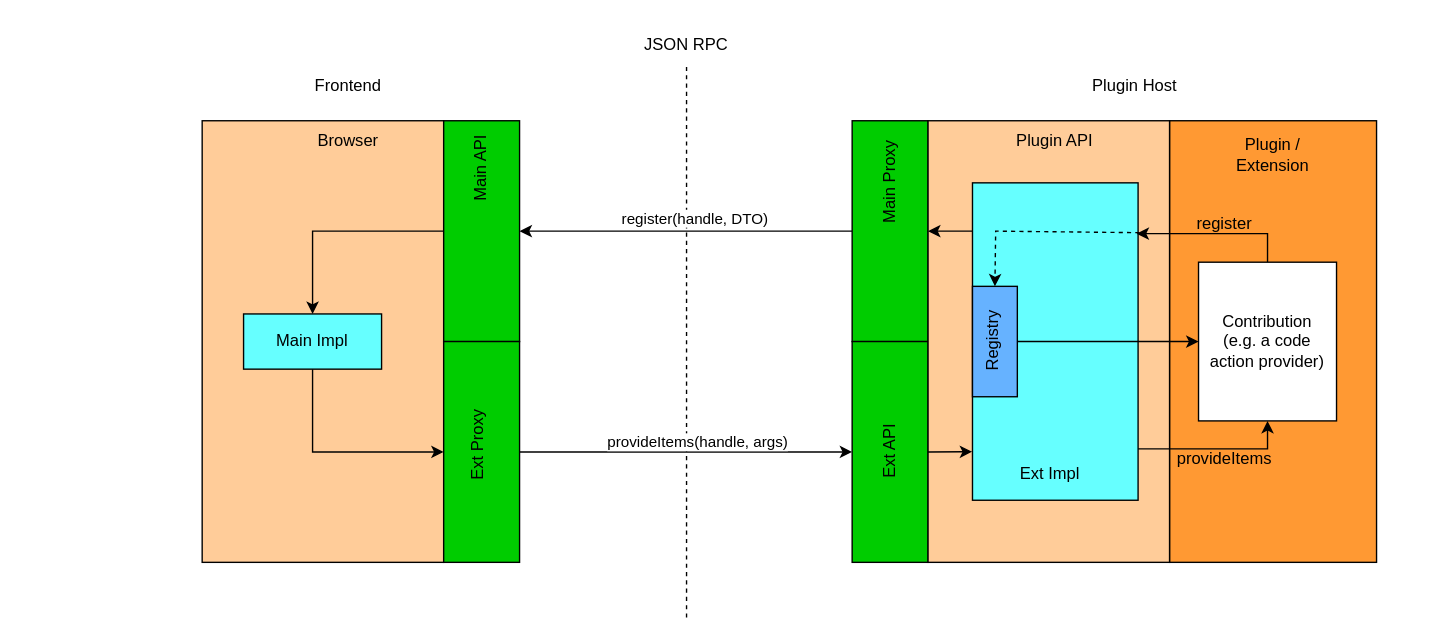
eclipse-theia/theia keeps this draw.io diagram as doc/images/plugin-api-diagram.drawio.xml. Above is the earlier version. Source tidied: cells renumbered, new cells numbered last; positions are measured from the earlier drawing's top-left corner, leaving out a move shared by most shapes. Both pictures are drawn from the tidied source at 138%, with x=0, y=0 at pixel (201, 23).
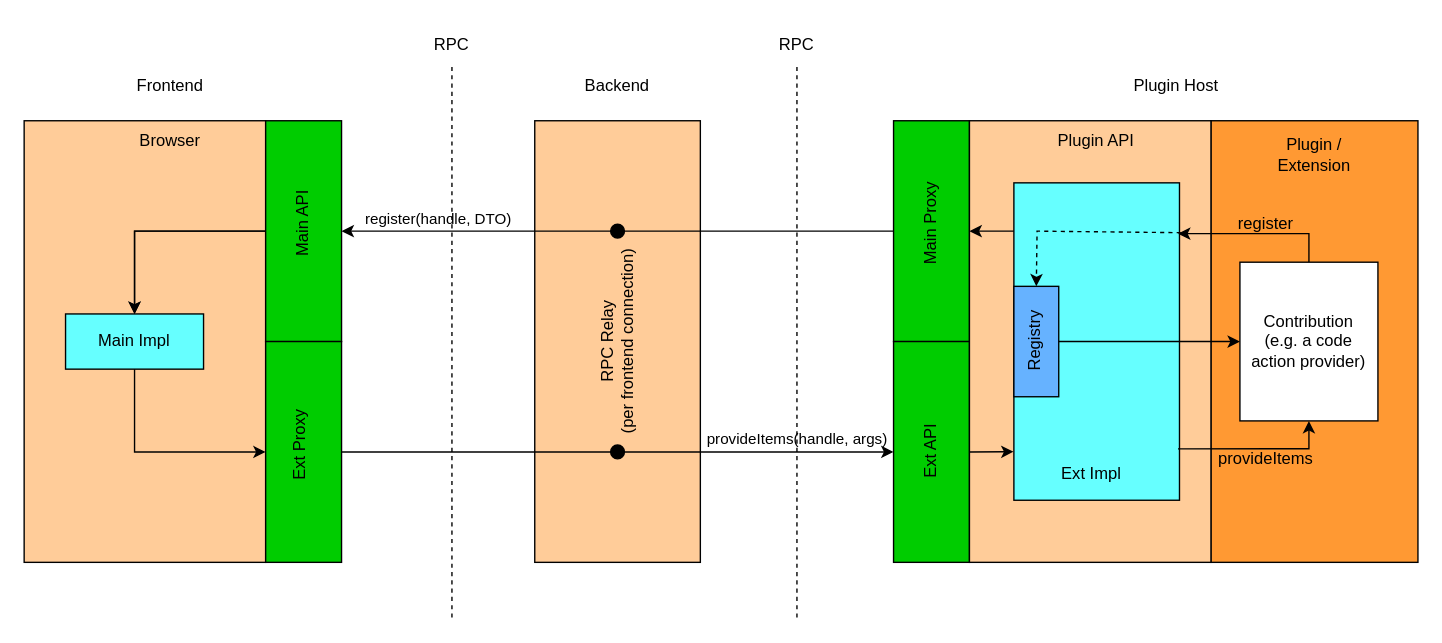
The same page after the edit.

What changed in the source:
```diff
@@
+    <mxCell id="41" style="group;" parent="1" vertex="1">
+      <mxGeometry x="241" y="30" width="120" height="360" as="geometry" />
+    </mxCell>
+    <mxCell id="42" value="RPC Relay&lt;br&gt;(per frontend connection)" style="rounded=0;whiteSpace=wrap;html=1;fillColor=#ffcc99;strokeColor=#000000;direction=west;horizontal=0;" parent="41" vertex="1">
+      <mxGeometry y="40" width="120" height="320" as="geometry" />
+    </mxCell>
+    <mxCell id="43" value="Backend" style="text;html=1;strokeColor=none;fillColor=none;align=center;verticalAlign=middle;whiteSpace=wrap;rounded=0;" parent="41" vertex="1">
+      <mxGeometry x="5" width="110" height="30" as="geometry" />
+    </mxCell>
+    <mxCell id="44" style="ellipse;whiteSpace=wrap;html=1;labelBackgroundColor=none;strokeColor=#000000;fillColor=#000000;" parent="41" vertex="1">
+      <mxGeometry x="55" y="115" width="10" height="10" as="geometry" />
+    </mxCell>
+    <mxCell id="45" style="ellipse;whiteSpace=wrap;html=1;labelBackgroundColor=none;strokeColor=#000000;fillColor=#000000;" parent="41" vertex="1">
+      <mxGeometry x="55" y="275" width="10" height="10" as="geometry" />
+    </mxCell>
+    <mxCell id="19" style="endArrow=classic;html=1;rounded=0;entryX=1;entryY=0.5;entryDx=0;entryDy=0;exitX=0;exitY=0.5;exitDx=0;exitDy=0;" parent="1" edge="1" source="44" target="24">
+      <mxGeometry relative="1" as="geometry" />
+    </mxCell>
+    <mxCell id="20" value="register(handle, DTO)" style="edgeLabel;html=1;align=center;verticalAlign=middle;labelBackgroundColor=none;" parent="19" vertex="1">
+      <mxGeometry x="0.25" y="-4" relative="1" as="geometry">
+        <mxPoint x="-4" y="-6" as="offset" />
+      </mxGeometry>
+    </mxCell>
+    <mxCell id="46" style="group;" parent="1" vertex="1">
+      <mxGeometry x="391" width="80" height="430" as="geometry" />
+    </mxCell>
+    <mxCell id="8" style="endArrow=none;dashed=1;html=1;rounded=0;" parent="46" edge="1">
+      <mxGeometry relative="1" as="geometry">
+        <mxPoint x="40" y="430" as="sourcePoint" />
+        <mxPoint x="40" y="30" as="targetPoint" />
+      </mxGeometry>
+    </mxCell>
+    <mxCell id="9" value="RPC" style="text;html=1;strokeColor=none;fillColor=none;align=center;verticalAlign=middle;whiteSpace=wrap;rounded=0;" parent="46" vertex="1">
+      <mxGeometry width="80" height="30" as="geometry" />
+    </mxCell>
+    <mxCell id="47" style="group;" parent="1" vertex="1">
+      <mxGeometry x="-129" y="30" width="230" height="360" as="geometry" />
+    </mxCell>
+    <mxCell id="3" style="rounded=0;whiteSpace=wrap;html=1;fillColor=#FFCC99;" parent="47" vertex="1">
+      <mxGeometry y="40" width="175" height="320" as="geometry" />
+    </mxCell>
+    <mxCell id="17" value="Frontend" style="text;html=1;strokeColor=none;fillColor=none;align=center;verticalAlign=middle;whiteSpace=wrap;rounded=0;" parent="47" vertex="1">
+      <mxGeometry x="51" width="110" height="30" as="geometry" />
+    </mxCell>
+    <mxCell id="24" style="rounded=0;whiteSpace=wrap;html=1;fillColor=#00CC00;" parent="47" vertex="1">
+      <mxGeometry x="175" y="40" width="55" height="160" as="geometry" />
+    </mxCell>
+    <mxCell id="25" value="Main API" style="text;html=1;strokeColor=none;fillColor=none;align=center;verticalAlign=middle;whiteSpace=wrap;rounded=0;rotation=-90;" parent="47" vertex="1">
+      <mxGeometry x="172.5" y="100" width="60" height="30" as="geometry" />
+    </mxCell>
+    <mxCell id="27" value="Main Impl" style="rounded=0;whiteSpace=wrap;html=1;fillColor=#66FFFF;" parent="47" vertex="1">
+      <mxGeometry x="30" y="180" width="100" height="40" as="geometry" />
+    </mxCell>
-    <mxCell id="2" style="edgeStyle=orthogonalEdgeStyle;rounded=0;jettySize=auto;html=1;exitX=1;exitY=0.25;exitDx=0;exitDy=0;entryX=0.5;entryY=0;entryDx=0;entryDy=0;" parent="1" edge="1" source="3" target="27">
+    <mxCell id="2" style="edgeStyle=orthogonalEdgeStyle;rounded=0;jettySize=auto;html=1;exitX=1;exitY=0.25;exitDx=0;exitDy=0;entryX=0.5;entryY=0;entryDx=0;entryDy=0;" parent="47" edge="1" source="3" target="27">
       <mxGeometry relative="1" as="geometry">
         <Array as="points">
-          <mxPoint x="80" y="150" />
+          <mxPoint x="80" y="120" />
         </Array>
       </mxGeometry>
     </mxCell>
-    <mxCell id="3" style="rounded=0;whiteSpace=wrap;html=1;fillColor=#FFCC99;" parent="1" vertex="1">
-      <mxGeometry y="70" width="175" height="320" as="geometry" />
-    </mxCell>
+    <mxCell id="23" style="edgeStyle=orthogonalEdgeStyle;rounded=0;jettySize=auto;html=1;exitX=0;exitY=0.5;exitDx=0;exitDy=0;entryX=0.5;entryY=0;entryDx=0;entryDy=0;" parent="47" edge="1" source="24" target="27">
+      <mxGeometry relative="1" as="geometry" />
+    </mxCell>
+    <mxCell id="28" style="rounded=0;whiteSpace=wrap;html=1;fillColor=#00CC00;" parent="47" vertex="1">
+      <mxGeometry x="175" y="200" width="55" height="160" as="geometry" />
+    </mxCell>
+    <mxCell id="26" style="edgeStyle=orthogonalEdgeStyle;rounded=0;jettySize=auto;html=1;exitX=0.5;exitY=1;exitDx=0;exitDy=0;entryX=0;entryY=0.5;entryDx=0;entryDy=0;" parent="47" edge="1" source="27" target="28">
+      <mxGeometry relative="1" as="geometry" />
+    </mxCell>
+    <mxCell id="29" value="Ext Proxy" style="text;html=1;strokeColor=none;fillColor=none;align=center;verticalAlign=middle;whiteSpace=wrap;rounded=0;rotation=-90;" parent="47" vertex="1">
+      <mxGeometry x="170" y="260" width="60" height="30" as="geometry" />
+    </mxCell>
+    <mxCell id="40" value="Browser" style="text;html=1;strokeColor=none;fillColor=none;align=center;verticalAlign=middle;whiteSpace=wrap;rounded=0;" parent="47" vertex="1">
+      <mxGeometry x="76" y="40" width="60" height="30" as="geometry" />
+    </mxCell>
+    <mxCell id="48" style="group;" parent="1" vertex="1">
+      <mxGeometry x="501" y="30" width="380" height="360" as="geometry" />
+    </mxCell>
-    <mxCell id="4" style="rounded=0;whiteSpace=wrap;html=1;fillColor=#FF9933;" parent="1" vertex="1">
-      <mxGeometry x="701" y="70" width="150" height="320" as="geometry" />
+    <mxCell id="4" style="rounded=0;whiteSpace=wrap;html=1;fillColor=#FF9933;" parent="48" vertex="1">
+      <mxGeometry x="230" y="40" width="150" height="320" as="geometry" />
     </mxCell>
-    <mxCell id="5" style="rounded=0;whiteSpace=wrap;html=1;fillColor=#00CC00;strokeColor=#000000;" parent="1" vertex="1">
-      <mxGeometry x="471" y="70" width="55" height="160" as="geometry" />
+    <mxCell id="5" style="rounded=0;whiteSpace=wrap;html=1;fillColor=#00CC00;strokeColor=#000000;" parent="48" vertex="1">
+      <mxGeometry y="40" width="55" height="160" as="geometry" />
     </mxCell>
-    <mxCell id="6" style="rounded=0;whiteSpace=wrap;html=1;fillColor=#00CC00;" parent="1" vertex="1">
-      <mxGeometry x="471" y="230" width="55" height="160" as="geometry" />
+    <mxCell id="6" style="rounded=0;whiteSpace=wrap;html=1;fillColor=#00CC00;" parent="48" vertex="1">
+      <mxGeometry y="200" width="55" height="160" as="geometry" />
     </mxCell>
-    <mxCell id="7" style="rounded=0;whiteSpace=wrap;html=1;fillColor=#FFCC99;" parent="1" vertex="1">
-      <mxGeometry x="526" y="70" width="175" height="320" as="geometry" />
+    <mxCell id="7" style="rounded=0;whiteSpace=wrap;html=1;fillColor=#FFCC99;" parent="48" vertex="1">
+      <mxGeometry x="55" y="40" width="175" height="320" as="geometry" />
     </mxCell>
-    <mxCell id="8" style="endArrow=none;dashed=1;html=1;rounded=0;" parent="1" edge="1">
-      <mxGeometry relative="1" as="geometry">
-        <mxPoint x="351" y="430" as="sourcePoint" />
-        <mxPoint x="351" y="30" as="targetPoint" />
-      </mxGeometry>
-    </mxCell>
-    <mxCell id="9" value="JSON RPC" style="text;html=1;strokeColor=none;fillColor=none;align=center;verticalAlign=middle;whiteSpace=wrap;rounded=0;" parent="1" vertex="1">
-      <mxGeometry x="311" width="80" height="30" as="geometry" />
-    </mxCell>
-    <mxCell id="10" style="edgeStyle=orthogonalEdgeStyle;rounded=0;jettySize=auto;html=1;exitX=0.991;exitY=0.838;exitDx=0;exitDy=0;entryX=0.5;entryY=1;entryDx=0;entryDy=0;exitPerimeter=0;" parent="1" edge="1" source="11" target="33">
-      <mxGeometry relative="1" as="geometry" />
-    </mxCell>
-    <mxCell id="11" style="rounded=0;whiteSpace=wrap;html=1;fillColor=#66FFFF;" parent="1" vertex="1">
-      <mxGeometry x="558.2" y="115" width="120" height="230" as="geometry" />
+    <mxCell id="11" style="rounded=0;whiteSpace=wrap;html=1;fillColor=#66FFFF;" parent="48" vertex="1">
+      <mxGeometry x="87.2" y="85" width="120" height="230" as="geometry" />
     </mxCell>
-    <mxCell id="12" value="Main Proxy" style="text;html=1;strokeColor=none;fillColor=none;align=center;verticalAlign=middle;whiteSpace=wrap;rounded=0;rotation=-90;" parent="1" vertex="1">
-      <mxGeometry x="453.5" y="100" width="90" height="30" as="geometry" />
+    <mxCell id="12" value="Main Proxy" style="text;html=1;strokeColor=none;fillColor=none;align=center;verticalAlign=middle;whiteSpace=wrap;rounded=0;rotation=-90;" parent="48" vertex="1">
+      <mxGeometry x="-17.5" y="100" width="90" height="30" as="geometry" />
     </mxCell>
-    <mxCell id="13" value="Ext API" style="text;html=1;strokeColor=none;fillColor=none;align=center;verticalAlign=middle;whiteSpace=wrap;rounded=0;rotation=-90;" parent="1" vertex="1">
-      <mxGeometry x="468.5" y="295" width="60" height="30" as="geometry" />
+    <mxCell id="13" value="Ext API" style="text;html=1;strokeColor=none;fillColor=none;align=center;verticalAlign=middle;whiteSpace=wrap;rounded=0;rotation=-90;" parent="48" vertex="1">
+      <mxGeometry x="-2.5" y="265" width="60" height="30" as="geometry" />
     </mxCell>
-    <mxCell id="14" style="rounded=0;whiteSpace=wrap;html=1;fillColor=#66B2FF;" parent="1" vertex="1">
-      <mxGeometry x="558.2" y="190" width="32.5" height="80" as="geometry" />
+    <mxCell id="14" style="rounded=0;whiteSpace=wrap;html=1;fillColor=#66B2FF;" parent="48" vertex="1">
+      <mxGeometry x="87.2" y="160" width="32.5" height="80" as="geometry" />
     </mxCell>
-    <mxCell id="15" value="Registry" style="text;html=1;strokeColor=none;fillColor=none;align=center;verticalAlign=middle;whiteSpace=wrap;rounded=0;rotation=-90;" parent="1" vertex="1">
-      <mxGeometry x="543.5" y="215" width="60" height="30" as="geometry" />
+    <mxCell id="15" value="Registry" style="text;html=1;strokeColor=none;fillColor=none;align=center;verticalAlign=middle;whiteSpace=wrap;rounded=0;rotation=-90;" parent="48" vertex="1">
+      <mxGeometry x="72.5" y="185" width="60" height="30" as="geometry" />
     </mxCell>
-    <mxCell id="16" value="Plugin API" style="text;html=1;strokeColor=none;fillColor=none;align=center;verticalAlign=middle;whiteSpace=wrap;rounded=0;" parent="1" vertex="1">
-      <mxGeometry x="588.2" y="70" width="60" height="30" as="geometry" />
+    <mxCell id="16" value="Plugin API" style="text;html=1;strokeColor=none;fillColor=none;align=center;verticalAlign=middle;whiteSpace=wrap;rounded=0;" parent="48" vertex="1">
+      <mxGeometry x="117.2" y="40" width="60" height="30" as="geometry" />
     </mxCell>
-    <mxCell id="17" value="Frontend" style="text;html=1;strokeColor=none;fillColor=none;align=center;verticalAlign=middle;whiteSpace=wrap;rounded=0;" parent="1" vertex="1">
-      <mxGeometry x="51" y="30" width="110" height="30" as="geometry" />
-    </mxCell>
-    <mxCell id="18" value="Plugin Host" style="text;html=1;strokeColor=none;fillColor=none;align=center;verticalAlign=middle;whiteSpace=wrap;rounded=0;" parent="1" vertex="1">
-      <mxGeometry x="621" y="30" width="110" height="30" as="geometry" />
+    <mxCell id="18" value="Plugin Host" style="text;html=1;strokeColor=none;fillColor=none;align=center;verticalAlign=middle;whiteSpace=wrap;rounded=0;" parent="48" vertex="1">
+      <mxGeometry x="150" width="110" height="30" as="geometry" />
     </mxCell>
-    <mxCell id="19" style="endArrow=classic;html=1;rounded=0;exitX=0;exitY=0.5;exitDx=0;exitDy=0;entryX=1;entryY=0.5;entryDx=0;entryDy=0;" parent="1" edge="1" source="5" target="24">
-      <mxGeometry relative="1" as="geometry" />
-    </mxCell>
-    <mxCell id="20" value="register(handle, DTO)" style="edgeLabel;html=1;align=center;verticalAlign=middle;" parent="19" vertex="1">
-      <mxGeometry x="0.25" y="-4" relative="1" as="geometry">
-        <mxPoint x="36" y="-6" as="offset" />
-      </mxGeometry>
-    </mxCell>
-    <mxCell id="21" style="endArrow=classic;html=1;rounded=0;exitX=1;exitY=0.5;exitDx=0;exitDy=0;entryX=0;entryY=0.5;entryDx=0;entryDy=0;" parent="1" edge="1" source="28" target="6">
-      <mxGeometry relative="1" as="geometry" />
-    </mxCell>
-    <mxCell id="22" value="provideItems(handle, args)" style="edgeLabel;html=1;align=center;verticalAlign=middle;" parent="21" vertex="1">
-      <mxGeometry x="-0.39" relative="1" as="geometry">
-        <mxPoint x="54" y="-8" as="offset" />
-      </mxGeometry>
-    </mxCell>
-    <mxCell id="23" style="edgeStyle=orthogonalEdgeStyle;rounded=0;jettySize=auto;html=1;exitX=0;exitY=0.5;exitDx=0;exitDy=0;entryX=0.5;entryY=0;entryDx=0;entryDy=0;" parent="1" edge="1" source="24" target="27">
-      <mxGeometry relative="1" as="geometry" />
-    </mxCell>
-    <mxCell id="24" style="rounded=0;whiteSpace=wrap;html=1;fillColor=#00CC00;" parent="1" vertex="1">
-      <mxGeometry x="175" y="70" width="55" height="160" as="geometry" />
-    </mxCell>
-    <mxCell id="25" value="Main API" style="text;html=1;strokeColor=none;fillColor=none;align=center;verticalAlign=middle;whiteSpace=wrap;rounded=0;rotation=-90;" parent="1" vertex="1">
-      <mxGeometry x="172.5" y="90" width="60" height="30" as="geometry" />
-    </mxCell>
-    <mxCell id="26" style="edgeStyle=orthogonalEdgeStyle;rounded=0;jettySize=auto;html=1;exitX=0.5;exitY=1;exitDx=0;exitDy=0;entryX=0;entryY=0.5;entryDx=0;entryDy=0;" parent="1" edge="1" source="27" target="28">
-      <mxGeometry relative="1" as="geometry" />
-    </mxCell>
-    <mxCell id="27" value="Main Impl" style="rounded=0;whiteSpace=wrap;html=1;fillColor=#66FFFF;" parent="1" vertex="1">
-      <mxGeometry x="30" y="210" width="100" height="40" as="geometry" />
-    </mxCell>
-    <mxCell id="28" style="rounded=0;whiteSpace=wrap;html=1;fillColor=#00CC00;" parent="1" vertex="1">
-      <mxGeometry x="175" y="230" width="55" height="160" as="geometry" />
-    </mxCell>
-    <mxCell id="29" value="Ext Proxy" style="text;html=1;strokeColor=none;fillColor=none;align=center;verticalAlign=middle;whiteSpace=wrap;rounded=0;rotation=-90;" parent="1" vertex="1">
-      <mxGeometry x="170" y="290" width="60" height="30" as="geometry" />
-    </mxCell>
-    <mxCell id="30" style="endArrow=classic;html=1;rounded=0;entryX=1;entryY=0.5;entryDx=0;entryDy=0;exitX=0;exitY=0.152;exitDx=0;exitDy=0;exitPerimeter=0;" parent="1" edge="1" source="11" target="5">
+    <mxCell id="30" style="endArrow=classic;html=1;rounded=0;entryX=1;entryY=0.5;entryDx=0;entryDy=0;exitX=0;exitY=0.152;exitDx=0;exitDy=0;exitPerimeter=0;" parent="48" edge="1" source="11" target="5">
       <mxGeometry relative="1" as="geometry" />
     </mxCell>
-    <mxCell id="31" style="endArrow=classic;html=1;rounded=0;exitX=0;exitY=0.75;exitDx=0;exitDy=0;entryX=-0.002;entryY=0.847;entryDx=0;entryDy=0;entryPerimeter=0;" parent="1" edge="1" source="7" target="11">
+    <mxCell id="31" style="endArrow=classic;html=1;rounded=0;exitX=0;exitY=0.75;exitDx=0;exitDy=0;entryX=-0.002;entryY=0.847;entryDx=0;entryDy=0;entryPerimeter=0;" parent="48" edge="1" source="7" target="11">
       <mxGeometry relative="1" as="geometry" />
     </mxCell>
-    <mxCell id="32" style="edgeStyle=orthogonalEdgeStyle;rounded=0;jettySize=auto;html=1;exitX=0.5;exitY=0;exitDx=0;exitDy=0;entryX=0.991;entryY=0.16;entryDx=0;entryDy=0;entryPerimeter=0;" parent="1" edge="1" source="33" target="11">
+    <mxCell id="32" style="edgeStyle=orthogonalEdgeStyle;rounded=0;jettySize=auto;html=1;exitX=0.5;exitY=0;exitDx=0;exitDy=0;entryX=0.991;entryY=0.16;entryDx=0;entryDy=0;entryPerimeter=0;" parent="48" edge="1" source="33" target="11">
       <mxGeometry relative="1" as="geometry">
         <Array as="points">
-          <mxPoint x="772" y="152" />
+          <mxPoint x="301" y="122" />
         </Array>
       </mxGeometry>
     </mxCell>
-    <mxCell id="33" value="Contribution&lt;br&gt;(e.g. a code action provider)" style="rounded=0;whiteSpace=wrap;html=1;" parent="1" vertex="1">
-      <mxGeometry x="722" y="172.5" width="100" height="115" as="geometry" />
+    <mxCell id="33" value="Contribution&lt;br&gt;(e.g. a code action provider)" style="rounded=0;whiteSpace=wrap;html=1;" parent="48" vertex="1">
+      <mxGeometry x="251" y="142.5" width="100" height="115" as="geometry" />
     </mxCell>
-    <mxCell id="34" value="Plugin / Extension" style="text;html=1;strokeColor=none;fillColor=none;align=center;verticalAlign=middle;whiteSpace=wrap;rounded=0;" parent="1" vertex="1">
-      <mxGeometry x="746" y="80" width="60" height="30" as="geometry" />
+    <mxCell id="34" value="Plugin / Extension" style="text;html=1;strokeColor=none;fillColor=none;align=center;verticalAlign=middle;whiteSpace=wrap;rounded=0;" parent="48" vertex="1">
+      <mxGeometry x="275" y="50" width="60" height="30" as="geometry" />
     </mxCell>
-    <mxCell id="35" style="endArrow=classic;html=1;rounded=0;dashed=1;entryX=0.5;entryY=0;entryDx=0;entryDy=0;exitX=1.008;exitY=0.157;exitDx=0;exitDy=0;exitPerimeter=0;" parent="1" edge="1" source="11" target="14">
+    <mxCell id="35" style="endArrow=classic;html=1;rounded=0;dashed=1;entryX=0.5;entryY=0;entryDx=0;entryDy=0;exitX=1.008;exitY=0.157;exitDx=0;exitDy=0;exitPerimeter=0;" parent="48" edge="1" source="11" target="14">
       <mxGeometry relative="1" as="geometry">
         <Array as="points">
-          <mxPoint x="575" y="150" />
+          <mxPoint x="104" y="120" />
         </Array>
       </mxGeometry>
     </mxCell>
+    <mxCell id="10" style="edgeStyle=orthogonalEdgeStyle;rounded=0;jettySize=auto;html=1;exitX=0.991;exitY=0.838;exitDx=0;exitDy=0;entryX=0.5;entryY=1;entryDx=0;entryDy=0;exitPerimeter=0;" parent="48" edge="1" source="11" target="33">
+      <mxGeometry relative="1" as="geometry" />
+    </mxCell>
-    <mxCell id="36" style="endArrow=classic;html=1;rounded=0;exitX=1;exitY=0.5;exitDx=0;exitDy=0;" parent="1" edge="1" source="14" target="33">
+    <mxCell id="36" style="endArrow=classic;html=1;rounded=0;exitX=1;exitY=0.5;exitDx=0;exitDy=0;" parent="48" edge="1" source="14" target="33">
       <mxGeometry relative="1" as="geometry" />
     </mxCell>
-    <mxCell id="37" value="Ext Impl" style="text;strokeColor=none;fillColor=none;align=left;verticalAlign=middle;spacingLeft=4;spacingRight=4;overflow=hidden;" parent="1" vertex="1">
-      <mxGeometry x="586.9" y="310" width="62.8" height="30" as="geometry" />
+    <mxCell id="37" value="Ext Impl" style="text;strokeColor=none;fillColor=none;align=left;verticalAlign=middle;spacingLeft=4;spacingRight=4;overflow=hidden;" parent="48" vertex="1">
+      <mxGeometry x="115.9" y="280" width="62.8" height="30" as="geometry" />
     </mxCell>
-    <mxCell id="38" value="register" style="text;html=1;strokeColor=none;fillColor=none;align=center;verticalAlign=middle;whiteSpace=wrap;rounded=0;" parent="1" vertex="1">
-      <mxGeometry x="711" y="130" width="60" height="30" as="geometry" />
+    <mxCell id="38" value="register" style="text;html=1;strokeColor=none;fillColor=none;align=center;verticalAlign=middle;whiteSpace=wrap;rounded=0;" parent="48" vertex="1">
+      <mxGeometry x="240" y="100" width="60" height="30" as="geometry" />
     </mxCell>
-    <mxCell id="39" value="provideItems" style="text;html=1;strokeColor=none;fillColor=none;align=center;verticalAlign=middle;whiteSpace=wrap;rounded=0;" parent="1" vertex="1">
-      <mxGeometry x="711" y="300" width="60" height="30" as="geometry" />
+    <mxCell id="39" value="provideItems" style="text;html=1;strokeColor=none;fillColor=none;align=center;verticalAlign=middle;whiteSpace=wrap;rounded=0;" parent="48" vertex="1">
+      <mxGeometry x="240" y="270" width="60" height="30" as="geometry" />
     </mxCell>
-    <mxCell id="40" value="Browser" style="text;html=1;strokeColor=none;fillColor=none;align=center;verticalAlign=middle;whiteSpace=wrap;rounded=0;" parent="1" vertex="1">
-      <mxGeometry x="76" y="70" width="60" height="30" as="geometry" />
-    </mxCell>
+    <mxCell id="49" style="group;" parent="1" vertex="1">
+      <mxGeometry x="141" width="80" height="430" as="geometry" />
+    </mxCell>
+    <mxCell id="50" style="endArrow=none;dashed=1;html=1;rounded=0;" parent="49" edge="1">
+      <mxGeometry relative="1" as="geometry">
+        <mxPoint x="40" y="430" as="sourcePoint" />
+        <mxPoint x="40" y="30" as="targetPoint" />
+      </mxGeometry>
+    </mxCell>
+    <mxCell id="51" value="RPC" style="text;html=1;strokeColor=none;fillColor=none;align=center;verticalAlign=middle;whiteSpace=wrap;rounded=0;" parent="49" vertex="1">
+      <mxGeometry width="80" height="30" as="geometry" />
+    </mxCell>
+    <mxCell id="21" style="endArrow=classic;html=1;rounded=0;entryX=0;entryY=0.5;entryDx=0;entryDy=0;exitX=1;exitY=0.5;exitDx=0;exitDy=0;" parent="1" edge="1" source="45" target="6">
+      <mxGeometry relative="1" as="geometry" />
+    </mxCell>
+    <mxCell id="22" value="provideItems(handle, args)" style="edgeLabel;html=1;align=center;verticalAlign=middle;labelBackgroundColor=none;" parent="21" vertex="1">
+      <mxGeometry x="-0.39" relative="1" as="geometry">
+        <mxPoint x="65" y="-10" as="offset" />
+      </mxGeometry>
+    </mxCell>
+    <mxCell id="52" style="edgeStyle=none;html=1;exitX=1;exitY=0.5;exitDx=0;exitDy=0;endArrow=none;endFill=0;entryX=0;entryY=0.5;entryDx=0;entryDy=0;" parent="1" edge="1" source="44" target="5">
+      <mxGeometry relative="1" as="geometry" />
+    </mxCell>
+    <mxCell id="53" style="edgeStyle=none;html=1;exitX=0;exitY=0.5;exitDx=0;exitDy=0;endArrow=none;endFill=0;entryX=1;entryY=0.5;entryDx=0;entryDy=0;" parent="1" edge="1" source="45" target="28">
+      <mxGeometry relative="1" as="geometry" />
+    </mxCell>
```
